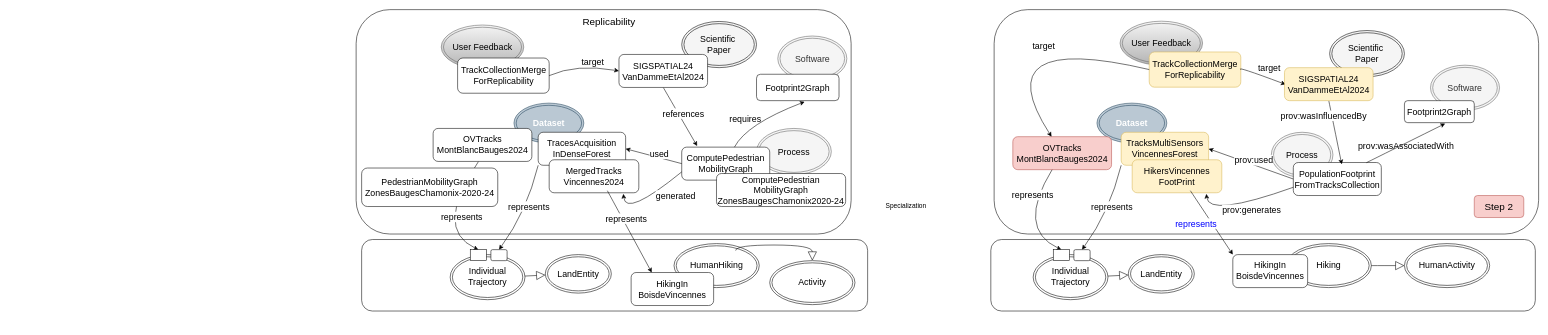
Earlier version of the draw.io diagram page "Fig4-UserFeedback" (9 of 9) of docs/diagrams/model_KG_article_agile.drawio (IntForOut/outdoorPressure). Source tidied: cells renumbered, new cells numbered last; positions are measured from the earlier drawing's top-left corner, leaving out a move shared by most shapes. Both pictures are drawn from the tidied source at 55%, with x=0, y=0 at pixel (356, 9).
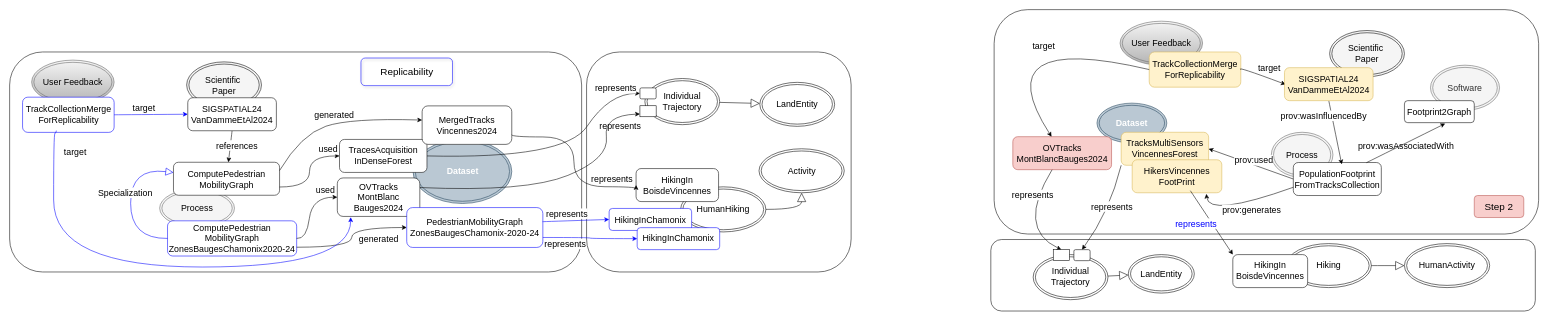
After the change.

Commit message (it also covers changes not shown here):
Mettre à jour model_KG_article_agile.drawio

What changed in the source:
```diff
@@
     <mxCell id="2" style="rounded=1;whiteSpace=wrap;html=1;" parent="1" vertex="1">
-      <mxGeometry x="10" y="418" width="920" height="130" as="geometry" />
+      <mxGeometry x="419" y="77" width="481" height="400" as="geometry" />
     </mxCell>
     <mxCell id="3" style="rounded=1;whiteSpace=wrap;html=1;" parent="1" vertex="1">
-      <mxGeometry width="900" height="408" as="geometry" />
+      <mxGeometry x="-630" y="77" width="1040" height="400" as="geometry" />
     </mxCell>
-    <mxCell id="4" value="Software" style="ellipse;shape=doubleEllipse;whiteSpace=wrap;html=1;fontSize=16;fillColor=#f5f5f5;fontColor=#333333;strokeColor=#666666;" parent="1" vertex="1">
-      <mxGeometry x="766.7" y="48" width="125.5" height="82" as="geometry" />
-    </mxCell>
     <mxCell id="5" value="&lt;font&gt;User Feedback&lt;/font&gt;" style="ellipse;shape=doubleEllipse;whiteSpace=wrap;html=1;fontSize=16;fillColor=#f5f5f5;strokeColor=#666666;gradientColor=#b3b3b3;" parent="1" vertex="1">
-      <mxGeometry x="154.8" y="28" width="150" height="80" as="geometry" />
+      <mxGeometry x="-590" y="91.8" width="150" height="80" as="geometry" />
     </mxCell>
     <mxCell id="6" value="&lt;font style=&quot;color: rgb(255, 255, 255);&quot;&gt;&lt;b&gt;Dataset&lt;/b&gt;&lt;/font&gt;" style="ellipse;shape=doubleEllipse;whiteSpace=wrap;html=1;fontSize=16;fillColor=#bac8d3;strokeColor=#23445d;" parent="1" vertex="1">
-      <mxGeometry x="287" y="170" width="127" height="72.5" as="geometry" />
+      <mxGeometry x="103.5" y="236" width="179.5" height="116.5" as="geometry" />
     </mxCell>
     <mxCell id="7" value="&lt;span style=&quot;color: rgb(0, 0, 0);&quot;&gt;Process&lt;/span&gt;" style="ellipse;shape=doubleEllipse;whiteSpace=wrap;html=1;fontSize=16;fillColor=#f5f5f5;fontColor=#333333;strokeColor=#666666;" parent="1" vertex="1">
-      <mxGeometry x="728" y="216" width="136" height="84" as="geometry" />
+      <mxGeometry x="-357.2" y="326" width="136" height="70" as="geometry" />
     </mxCell>
     <mxCell id="8" value="&lt;div&gt;&lt;font style=&quot;color: rgb(0, 0, 0);&quot;&gt;Scientific&amp;nbsp;&lt;/font&gt;&lt;/div&gt;&lt;div&gt;&lt;font style=&quot;color: rgb(0, 0, 0);&quot;&gt;Paper&lt;/font&gt;&lt;/div&gt;" style="ellipse;shape=doubleEllipse;whiteSpace=wrap;html=1;fontSize=16;fillColor=#f5f5f5;fontColor=#333333;strokeColor=#000000;" parent="1" vertex="1">
-      <mxGeometry x="592" y="21.5" width="136" height="84" as="geometry" />
+      <mxGeometry x="-308.1" y="95" width="136" height="84" as="geometry" />
     </mxCell>
     <mxCell id="9" value="&lt;div&gt;ComputePedestrian&lt;/div&gt;&lt;div&gt;MobilityGraph&lt;/div&gt;" style="rounded=1;whiteSpace=wrap;html=1;strokeColor=#000000;strokeWidth=1;fontSize=16;" parent="1" vertex="1">
-      <mxGeometry x="592" y="250" width="160" height="60" as="geometry" />
+      <mxGeometry x="-332.1" y="277.5" width="192.9" height="60" as="geometry" />
     </mxCell>
-    <mxCell id="10" value="Footprint2Graph" style="rounded=1;whiteSpace=wrap;html=1;strokeColor=#000000;strokeWidth=1;fontSize=16;" parent="1" vertex="1">
-      <mxGeometry x="728" y="117.5" width="150" height="48" as="geometry" />
-    </mxCell>
     <mxCell id="11" value="&lt;div&gt;&lt;font style=&quot;color: rgb(0, 0, 0);&quot;&gt;HumanHiking&lt;/font&gt;&lt;/div&gt;" style="ellipse;shape=doubleEllipse;whiteSpace=wrap;html=1;fontSize=16;" parent="1" vertex="1">
-      <mxGeometry x="578" y="425.4" width="155" height="80" as="geometry" />
+      <mxGeometry x="590" y="322.2" width="155" height="82" as="geometry" />
     </mxCell>
     <mxCell id="12" value="LandEntity" style="ellipse;shape=doubleEllipse;whiteSpace=wrap;html=1;fontSize=16;" parent="1" vertex="1">
-      <mxGeometry x="344" y="445.4" width="120" height="70" as="geometry" />
+      <mxGeometry x="734" y="132.2" width="136" height="80" as="geometry" />
     </mxCell>
-    <mxCell id="13" value="&lt;div&gt;TrackCollectionMerge&lt;/div&gt;&lt;div&gt;ForReplicability&lt;/div&gt;" style="rounded=1;whiteSpace=wrap;html=1;fontSize=16;" parent="1" vertex="1">
-      <mxGeometry x="184.5" y="88" width="166.5" height="64" as="geometry" />
+    <mxCell id="13" value="&lt;div&gt;TrackCollectionMerge&lt;/div&gt;&lt;div&gt;ForReplicability&lt;/div&gt;" style="rounded=1;whiteSpace=wrap;html=1;fontSize=16;strokeColor=#0000FF;" parent="1" vertex="1">
+      <mxGeometry x="-606.5" y="159.2" width="166.5" height="64" as="geometry" />
     </mxCell>
     <mxCell id="14" style="edgeStyle=orthogonalEdgeStyle;rounded=0;orthogonalLoop=1;jettySize=auto;html=1;exitX=0.5;exitY=1;exitDx=0;exitDy=0;fontSize=16;" parent="1" edge="1">
       <mxGeometry relative="1" as="geometry">
-        <mxPoint x="314.5" y="245.5" as="sourcePoint" />
-        <mxPoint x="314.5" y="245.5" as="targetPoint" />
+        <mxPoint x="-124.8" y="565.3" as="sourcePoint" />
+        <mxPoint x="-124.8" y="565.3" as="targetPoint" />
       </mxGeometry>
     </mxCell>
-    <mxCell id="15" style="endArrow=classic;html=1;rounded=0;exitX=0.5;exitY=1;exitDx=0;exitDy=0;curved=1;fontSize=16;" parent="1" edge="1" source="22">
-      <mxGeometry relative="1" as="geometry">
-        <mxPoint x="620" y="248" as="targetPoint" />
-      </mxGeometry>
+    <mxCell id="15" style="endArrow=classic;html=1;rounded=0;exitX=0.5;exitY=1;exitDx=0;exitDy=0;curved=1;fontSize=16;" parent="1" edge="1" source="22" target="9">
+      <mxGeometry relative="1" as="geometry" />
     </mxCell>
@@
-    <mxCell id="17" style="endArrow=classic;html=1;rounded=0;exitX=1;exitY=0.5;exitDx=0;exitDy=0;fontSize=16;curved=1;entryX=0;entryY=0.5;entryDx=0;entryDy=0;" parent="1" edge="1" source="13" target="22">
-      <mxGeometry relative="1" as="geometry">
-        <Array as="points">
-          <mxPoint x="400" y="98" />
-        </Array>
-      </mxGeometry>
+    <mxCell id="17" style="endArrow=classic;html=1;rounded=0;exitX=1;exitY=0.5;exitDx=0;exitDy=0;fontSize=16;curved=1;entryX=0;entryY=0.5;entryDx=0;entryDy=0;strokeColor=#0000FF;" parent="1" edge="1" source="13" target="22">
+      <mxGeometry relative="1" as="geometry" />
     </mxCell>
     <mxCell id="18" value="&lt;font&gt;target&lt;/font&gt;" style="edgeLabel;html=1;align=center;verticalAlign=middle;fontSize=16;" parent="17" vertex="1">
       <mxGeometry x="-0.26" y="1" relative="1" as="geometry">
-        <mxPoint x="34" y="-5" as="offset" />
+        <mxPoint x="4" y="-11" as="offset" />
       </mxGeometry>
     </mxCell>
-    <mxCell id="19" style="endArrow=classic;html=1;rounded=0;entryX=0.583;entryY=1.043;entryDx=0;entryDy=0;curved=1;fontSize=16;entryPerimeter=0;" parent="1" edge="1" source="9" target="10">
-      <mxGeometry relative="1" as="geometry">
-        <Array as="points">
-          <mxPoint x="710" y="208" />
-        </Array>
-      </mxGeometry>
-    </mxCell>
-    <mxCell id="20" style="endArrow=classic;html=1;rounded=0;curved=1;exitX=0;exitY=0.75;exitDx=0;exitDy=0;fontSize=16;entryX=0.828;entryY=1.033;entryDx=0;entryDy=0;entryPerimeter=0;" parent="1" edge="1" source="9" target="30">
+    <mxCell id="20" style="endArrow=classic;html=1;rounded=0;curved=1;exitX=1;exitY=0.25;exitDx=0;exitDy=0;fontSize=16;entryX=0;entryY=0.369;entryDx=0;entryDy=0;entryPerimeter=0;" parent="1" edge="1" source="9" target="30">
       <mxGeometry relative="1" as="geometry">
         <Array as="points">
-          <mxPoint x="490" y="378" />
+          <mxPoint x="-100" y="227" />
+          <mxPoint x="-10" y="197" />
         </Array>
       </mxGeometry>
     </mxCell>
     <mxCell id="21" value="&lt;font&gt;generated&lt;/font&gt;" style="edgeLabel;html=1;align=center;verticalAlign=middle;fontSize=16;" parent="20" vertex="1">
       <mxGeometry x="-0.09" relative="1" as="geometry">
-        <mxPoint x="50" y="-7" as="offset" />
+        <mxPoint x="2" y="-17" as="offset" />
       </mxGeometry>
     </mxCell>
     <mxCell id="22" value="&lt;div&gt;SIGSPATIAL24&lt;/div&gt;&lt;div&gt;VanDammeEtAl2024&lt;/div&gt;" style="rounded=1;whiteSpace=wrap;html=1;strokeWidth=1;fontSize=16;" parent="1" vertex="1">
-      <mxGeometry x="477.9" y="81.5" width="161.1" height="60" as="geometry" />
+      <mxGeometry x="-306.1" y="160.2" width="161.1" height="60" as="geometry" />
     </mxCell>
-    <mxCell id="23" style="endArrow=classic;html=1;rounded=0;exitX=0;exitY=0.5;exitDx=0;exitDy=0;entryX=1;entryY=0.5;entryDx=0;entryDy=0;fontSize=16;" parent="1" edge="1" source="9" target="29">
-      <mxGeometry relative="1" as="geometry" />
+    <mxCell id="23" style="endArrow=classic;html=1;rounded=0;fontSize=16;edgeStyle=orthogonalEdgeStyle;exitX=1;exitY=0.75;exitDx=0;exitDy=0;entryX=0;entryY=0.5;entryDx=0;entryDy=0;curved=1;" parent="1" edge="1" source="9" target="29">
+      <mxGeometry relative="1" as="geometry">
+        <Array as="points">
+          <mxPoint x="-84.7" y="322.5" />
+          <mxPoint x="-84.7" y="266" />
+        </Array>
+      </mxGeometry>
     </mxCell>
     <mxCell id="24" value="&lt;font&gt;used&lt;/font&gt;" style="edgeLabel;html=1;align=center;verticalAlign=middle;fontSize=16;" parent="23" vertex="1">
       <mxGeometry x="0.3" relative="1" as="geometry">
-        <mxPoint x="25" y="-1" as="offset" />
+        <mxPoint x="33" y="-16" as="offset" />
       </mxGeometry>
     </mxCell>
     <mxCell id="25" value="&lt;div&gt;HikingIn&lt;/div&gt;&lt;div&gt;BoisdeVincennes&lt;/div&gt;" style="rounded=1;whiteSpace=wrap;html=1;fontSize=16;" parent="1" vertex="1">
-      <mxGeometry x="500" y="478" width="150" height="60" as="geometry" />
+      <mxGeometry x="509" y="289" width="150" height="60" as="geometry" />
     </mxCell>
@@
-    <mxCell id="27" style="endArrow=classic;html=1;rounded=0;exitX=0;exitY=1;exitDx=0;exitDy=0;fontSize=16;curved=1;entryX=0.5;entryY=0;entryDx=0;entryDy=0;" parent="1" edge="1" source="29" target="36">
+    <mxCell id="27" style="endArrow=classic;html=1;rounded=0;exitX=1;exitY=0.5;exitDx=0;exitDy=0;fontSize=16;curved=1;entryX=0;entryY=0.5;entryDx=0;entryDy=0;" parent="1" edge="1" source="29" target="36">
       <mxGeometry relative="1" as="geometry">
         <Array as="points">
-          <mxPoint x="310" y="368" />
+          <mxPoint x="380" y="272" />
+          <mxPoint x="460" y="152.2" />
         </Array>
       </mxGeometry>
     </mxCell>
     <mxCell id="28" value="&lt;font style=&quot;color: rgb(0, 0, 0);&quot;&gt;represents&lt;/font&gt;" style="edgeLabel;html=1;align=center;verticalAlign=middle;fontSize=16;" parent="27" vertex="1">
       <mxGeometry x="0.16" y="1" relative="1" as="geometry">
-        <mxPoint x="10" y="-21" as="offset" />
+        <mxPoint x="94" y="-52" as="offset" />
       </mxGeometry>
     </mxCell>
     <mxCell id="29" value="&lt;div&gt;TracesAcquisition&lt;/div&gt;&lt;div&gt;InDenseForest&lt;/div&gt;" style="rounded=1;whiteSpace=wrap;html=1;strokeWidth=1;fontSize=16;" parent="1" vertex="1">
-      <mxGeometry x="331" y="223" width="159" height="60" as="geometry" />
+      <mxGeometry x="-30.2" y="236" width="159" height="60" as="geometry" />
     </mxCell>
     <mxCell id="30" value="&lt;div&gt;MergedTracks&lt;/div&gt;&lt;div&gt;Vincennes2024&lt;/div&gt;" style="rounded=1;whiteSpace=wrap;html=1;strokeWidth=1;fontSize=16;" parent="1" vertex="1">
-      <mxGeometry x="351" y="273" width="163" height="60" as="geometry" />
+      <mxGeometry x="120" y="175" width="163" height="70" as="geometry" />
     </mxCell>
     <mxCell id="31" value="&lt;div&gt;Individual&lt;/div&gt;&lt;div&gt;Trajectory&lt;/div&gt;" style="ellipse;shape=doubleEllipse;whiteSpace=wrap;html=1;fontSize=16;" parent="1" vertex="1">
-      <mxGeometry x="171" y="445.4" width="136" height="82" as="geometry" />
+      <mxGeometry x="525" y="125.2" width="136" height="84" as="geometry" />
     </mxCell>
-    <mxCell id="32" style="endArrow=classic;html=1;rounded=0;fontSize=16;curved=1;entryX=0.5;entryY=0;entryDx=0;entryDy=0;exitX=0.46;exitY=1;exitDx=0;exitDy=0;exitPerimeter=0;" parent="1" edge="1" source="83" target="37">
+    <mxCell id="32" style="endArrow=classic;html=1;rounded=0;fontSize=16;curved=1;entryX=0;entryY=0.75;entryDx=0;entryDy=0;exitX=1;exitY=0.25;exitDx=0;exitDy=0;" parent="1" edge="1" source="83" target="37">
       <mxGeometry relative="1" as="geometry">
         <Array as="points">
-          <mxPoint x="140" y="398" />
+          <mxPoint x="310" y="332" />
+          <mxPoint x="460" y="270.8" />
+          <mxPoint x="450" y="192" />
         </Array>
       </mxGeometry>
     </mxCell>
     <mxCell id="33" value="&lt;font style=&quot;color: rgb(0, 0, 0);&quot;&gt;represents&lt;/font&gt;" style="edgeLabel;html=1;align=center;verticalAlign=middle;fontSize=16;" parent="32" vertex="1">
       <mxGeometry x="0.16" y="1" relative="1" as="geometry">
-        <mxPoint x="45" y="-14" as="offset" />
+        <mxPoint x="65" y="13" as="offset" />
       </mxGeometry>
     </mxCell>
     <mxCell id="34" value="&lt;div&gt;Activity&lt;/div&gt;" style="ellipse;shape=doubleEllipse;whiteSpace=wrap;html=1;fontSize=16;" parent="1" vertex="1">
-      <mxGeometry x="752" y="456.4" width="155" height="80" as="geometry" />
+      <mxGeometry x="732.5" y="253" width="155" height="80" as="geometry" />
     </mxCell>
-    <mxCell id="35" style="endArrow=block;html=1;rounded=0;endFill=0;curved=1;endSize=14;edgeStyle=orthogonalEdgeStyle;entryX=0.5;entryY=0;entryDx=0;entryDy=0;exitX=0.723;exitY=0.158;exitDx=0;exitDy=0;exitPerimeter=0;" parent="1" edge="1" source="11" target="34">
-      <mxGeometry relative="1" as="geometry">
-        <Array as="points">
-          <mxPoint x="690.1" y="428" />
-          <mxPoint x="829.5" y="428" />
-        </Array>
-      </mxGeometry>
+    <mxCell id="35" style="endArrow=block;html=1;rounded=0;endFill=0;curved=1;endSize=14;edgeStyle=orthogonalEdgeStyle;exitX=1;exitY=0.5;exitDx=0;exitDy=0;" parent="1" edge="1" source="11" target="34">
+      <mxGeometry relative="1" as="geometry" />
     </mxCell>
     <mxCell id="36" style="rounded=1;whiteSpace=wrap;html=1;fontSize=16;" parent="1" vertex="1">
-      <mxGeometry x="245" y="436.4" width="29.5" height="20" as="geometry" />
+      <mxGeometry x="516" y="142.3" width="29.5" height="20" as="geometry" />
     </mxCell>
     <mxCell id="37" style="rounded=1;whiteSpace=wrap;html=1;fontSize=16;arcSize=0;" parent="1" vertex="1">
-      <mxGeometry x="207.5" y="436.4" width="29.5" height="20" as="geometry" />
+      <mxGeometry x="516" y="174.8" width="29.5" height="20" as="geometry" />
     </mxCell>
-    <mxCell id="38" style="endArrow=classic;html=1;rounded=0;fontSize=16;curved=1;exitX=0.649;exitY=0.937;exitDx=0;exitDy=0;exitPerimeter=0;entryX=0.25;entryY=0;entryDx=0;entryDy=0;" parent="1" edge="1" source="30" target="25">
-      <mxGeometry relative="1" as="geometry" />
+    <mxCell id="38" style="endArrow=classic;html=1;rounded=0;fontSize=16;curved=1;exitX=1;exitY=0.75;exitDx=0;exitDy=0;edgeStyle=orthogonalEdgeStyle;entryX=0;entryY=0.5;entryDx=0;entryDy=0;" parent="1" edge="1" source="30" target="25">
+      <mxGeometry relative="1" as="geometry">
+        <Array as="points">
+          <mxPoint x="396" y="231.5" />
+          <mxPoint x="396" y="322" />
+          <mxPoint x="509" y="322" />
+        </Array>
+      </mxGeometry>
     </mxCell>
     <mxCell id="39" value="&lt;font style=&quot;color: rgb(0, 0, 0);&quot;&gt;represents&lt;/font&gt;" style="edgeLabel;html=1;align=center;verticalAlign=middle;fontSize=16;" parent="38" vertex="1">
       <mxGeometry x="-0.33" y="-2" relative="1" as="geometry">
-        <mxPoint x="8" y="-1" as="offset" />
+        <mxPoint x="84" y="-91" as="offset" />
       </mxGeometry>
     </mxCell>
@@
-    <mxCell id="83" value="&lt;div&gt;OVTracks&lt;/div&gt;&lt;div&gt;MontBlancBauges2024&lt;/div&gt;" style="rounded=1;whiteSpace=wrap;html=1;strokeWidth=1;fontSize=16;" parent="1" vertex="1">
-      <mxGeometry x="140" y="216" width="179.5" height="60" as="geometry" />
+    <mxCell id="83" value="&lt;div&gt;OVTracks&lt;/div&gt;&lt;div&gt;MontBlanc&lt;/div&gt;&lt;div&gt;Bauges2024&lt;/div&gt;" style="rounded=1;whiteSpace=wrap;html=1;strokeWidth=1;fontSize=16;strokeColor=#000000;" parent="1" vertex="1">
+      <mxGeometry x="-34.2" y="306" width="150" height="70" as="geometry" />
     </mxCell>
-    <mxCell id="84" value="requires" style="text;whiteSpace=wrap;fontSize=16;" parent="1" vertex="1">
-      <mxGeometry x="677" y="183" width="75" height="30" as="geometry" />
-    </mxCell>
-    <mxCell id="85" value="&lt;font style=&quot;font-size: 18px;&quot;&gt;Replicability&lt;/font&gt;" style="text;html=1;whiteSpace=wrap;strokeColor=none;fillColor=none;align=center;verticalAlign=middle;rounded=0;" parent="1" vertex="1">
-      <mxGeometry x="430" y="8" width="60" height="30" as="geometry" />
+    <mxCell id="85" value="&lt;font style=&quot;font-size: 18px;&quot;&gt;Replicability&lt;/font&gt;" style="text;html=1;whiteSpace=wrap;strokeColor=#0000FF;fillColor=none;align=center;verticalAlign=middle;rounded=1;shadow=1;" parent="1" vertex="1">
+      <mxGeometry x="8.8" y="88" width="166.5" height="50.2" as="geometry" />
     </mxCell>
-    <mxCell id="86" value="&lt;div&gt;ComputePedestrian&lt;/div&gt;&lt;div&gt;MobilityGraph&lt;/div&gt;&lt;div&gt;ZonesBaugesChamonix2020-24&lt;/div&gt;" style="rounded=1;whiteSpace=wrap;html=1;strokeColor=#000000;strokeWidth=1;fontSize=16;" parent="1" vertex="1">
-      <mxGeometry x="655.2" y="298" width="234.8" height="60" as="geometry" />
+    <mxCell id="86" value="&lt;div&gt;ComputePedestrian&lt;/div&gt;&lt;div&gt;MobilityGraph&lt;/div&gt;&lt;div&gt;ZonesBaugesChamonix2020-24&lt;/div&gt;" style="rounded=1;whiteSpace=wrap;html=1;strokeColor=#0000FF;strokeWidth=1;fontSize=16;" parent="1" vertex="1">
+      <mxGeometry x="-342.9" y="384" width="234.8" height="64" as="geometry" />
     </mxCell>
+    <mxCell id="88" value="&lt;div&gt;PedestrianMobilityGraph&lt;/div&gt;&lt;div&gt;ZonesBaugesChamonix-2020-24&lt;/div&gt;" style="rounded=1;whiteSpace=wrap;html=1;strokeWidth=1;fontSize=16;strokeColor=#0000FF;" parent="1" vertex="1">
+      <mxGeometry x="92" y="359.9" width="247.5" height="72.5" as="geometry" />
+    </mxCell>
+    <mxCell id="89" style="endArrow=classic;html=1;rounded=0;fontSize=16;curved=1;exitX=0.998;exitY=0.354;exitDx=0;exitDy=0;exitPerimeter=0;strokeColor=#0000FF;entryX=0;entryY=0.5;entryDx=0;entryDy=0;" parent="1" edge="1" source="88" target="92">
+      <mxGeometry relative="1" as="geometry" />
+    </mxCell>
+    <mxCell id="90" value="&lt;font style=&quot;color: rgb(0, 0, 0);&quot;&gt;represents&lt;/font&gt;" style="edgeLabel;html=1;align=center;verticalAlign=middle;fontSize=16;" parent="89" vertex="1">
+      <mxGeometry x="0.16" y="1" relative="1" as="geometry">
+        <mxPoint x="-26" y="-12" as="offset" />
+      </mxGeometry>
+    </mxCell>
+    <mxCell id="91" style="curved=1;endArrow=none;html=1;rounded=0;entryX=0;entryY=0.5;entryDx=0;entryDy=0;strokeColor=#0000FF;startArrow=block;startFill=0;endFill=0;startSize=12;" parent="1" edge="1" source="9" target="86">
+      <mxGeometry relative="1" as="geometry">
+        <Array as="points">
+          <mxPoint x="-410" y="287" />
+          <mxPoint x="-410" y="417" />
+        </Array>
+      </mxGeometry>
+    </mxCell>
-    <mxCell id="87" value="Specialization" style="text;html=1;whiteSpace=wrap;strokeColor=none;fillColor=none;align=center;verticalAlign=middle;rounded=0;" parent="1" vertex="1">
-      <mxGeometry x="970" y="343" width="60" height="30" as="geometry" />
+    <mxCell id="87" value="&lt;font style=&quot;font-size: 16px;&quot;&gt;Specialization&lt;/font&gt;" style="edgeLabel;html=1;align=center;verticalAlign=middle;" parent="91" vertex="1">
+      <mxGeometry x="0.6" y="1" relative="1" as="geometry">
+        <mxPoint x="-22" y="-83" as="offset" />
+      </mxGeometry>
     </mxCell>
-    <mxCell id="88" value="&lt;div&gt;PedestrianMobilityGraph&lt;/div&gt;&lt;div&gt;ZonesBaugesChamonix-2020-24&lt;/div&gt;" style="rounded=1;whiteSpace=wrap;html=1;strokeWidth=1;fontSize=16;" parent="1" vertex="1">
-      <mxGeometry x="10" y="288" width="247.5" height="70" as="geometry" />
-    </mxCell>
+    <mxCell id="92" value="HikingInChamonix" style="rounded=1;whiteSpace=wrap;html=1;fontSize=16;strokeColor=#0000FF;" parent="1" vertex="1">
+      <mxGeometry x="460" y="361.5" width="150" height="40" as="geometry" />
+    </mxCell>
+    <mxCell id="93" value="HikingInChamonix" style="rounded=1;whiteSpace=wrap;html=1;fontSize=16;strokeColor=#0000FF;" parent="1" vertex="1">
+      <mxGeometry x="511" y="396.4" width="150" height="40" as="geometry" />
+    </mxCell>
+    <mxCell id="94" style="endArrow=classic;html=1;rounded=0;fontSize=16;curved=1;strokeColor=#0000FF;entryX=0;entryY=0.5;entryDx=0;entryDy=0;exitX=1;exitY=0.75;exitDx=0;exitDy=0;edgeStyle=orthogonalEdgeStyle;" parent="1" edge="1" source="88" target="93">
+      <mxGeometry relative="1" as="geometry" />
+    </mxCell>
+    <mxCell id="95" value="&lt;font style=&quot;color: rgb(0, 0, 0);&quot;&gt;represents&lt;/font&gt;" style="edgeLabel;html=1;align=center;verticalAlign=middle;fontSize=16;" parent="94" vertex="1">
+      <mxGeometry x="0.16" y="1" relative="1" as="geometry">
+        <mxPoint x="-59" y="10" as="offset" />
+      </mxGeometry>
+    </mxCell>
+    <mxCell id="96" style="curved=1;endArrow=classic;html=1;rounded=0;exitX=1;exitY=0.5;exitDx=0;exitDy=0;entryX=0;entryY=0.5;entryDx=0;entryDy=0;" parent="1" edge="1" source="86" target="83">
+      <mxGeometry relative="1" as="geometry">
+        <Array as="points">
+          <mxPoint x="-90" y="418" />
+          <mxPoint x="-80" y="341" />
+        </Array>
+      </mxGeometry>
+    </mxCell>
+    <mxCell id="97" value="&lt;font&gt;used&lt;/font&gt;" style="edgeLabel;html=1;align=center;verticalAlign=middle;fontSize=16;" parent="1" vertex="1">
+      <mxGeometry x="-20" y="269" as="geometry">
+        <mxPoint x="-37" y="57" as="offset" />
+      </mxGeometry>
+    </mxCell>
+    <mxCell id="98" style="curved=1;endArrow=classic;html=1;rounded=0;exitX=1;exitY=0.75;exitDx=0;exitDy=0;entryX=0;entryY=0.5;entryDx=0;entryDy=0;edgeStyle=orthogonalEdgeStyle;" parent="1" edge="1" source="86" target="88">
+      <mxGeometry relative="1" as="geometry" />
+    </mxCell>
+    <mxCell id="99" value="&lt;font&gt;generated&lt;/font&gt;" style="edgeLabel;html=1;align=center;verticalAlign=middle;fontSize=16;" parent="1" vertex="1">
+      <mxGeometry x="40" y="416" as="geometry" />
+    </mxCell>
+    <mxCell id="100" style="curved=1;endArrow=classic;html=1;rounded=0;exitX=0.369;exitY=0.949;exitDx=0;exitDy=0;exitPerimeter=0;edgeStyle=orthogonalEdgeStyle;strokeColor=#0000FF;entryX=0.162;entryY=1.029;entryDx=0;entryDy=0;entryPerimeter=0;" parent="1" edge="1" source="13">
+      <mxGeometry relative="1" as="geometry">
+        <mxPoint x="-9.9" y="377.5" as="targetPoint" />
+        <Array as="points">
+          <mxPoint x="-545.1" y="224.5" />
+          <mxPoint x="-550" y="224.5" />
+          <mxPoint x="-550" y="468" />
+          <mxPoint x="-9.9" y="468" />
+        </Array>
+      </mxGeometry>
+    </mxCell>
+    <mxCell id="101" value="&lt;font&gt;target&lt;/font&gt;" style="edgeLabel;html=1;align=center;verticalAlign=middle;fontSize=16;" parent="1" vertex="1">
+      <mxGeometry x="-340" y="228" as="geometry">
+        <mxPoint x="-172" y="29" as="offset" />
+      </mxGeometry>
+    </mxCell>
```
